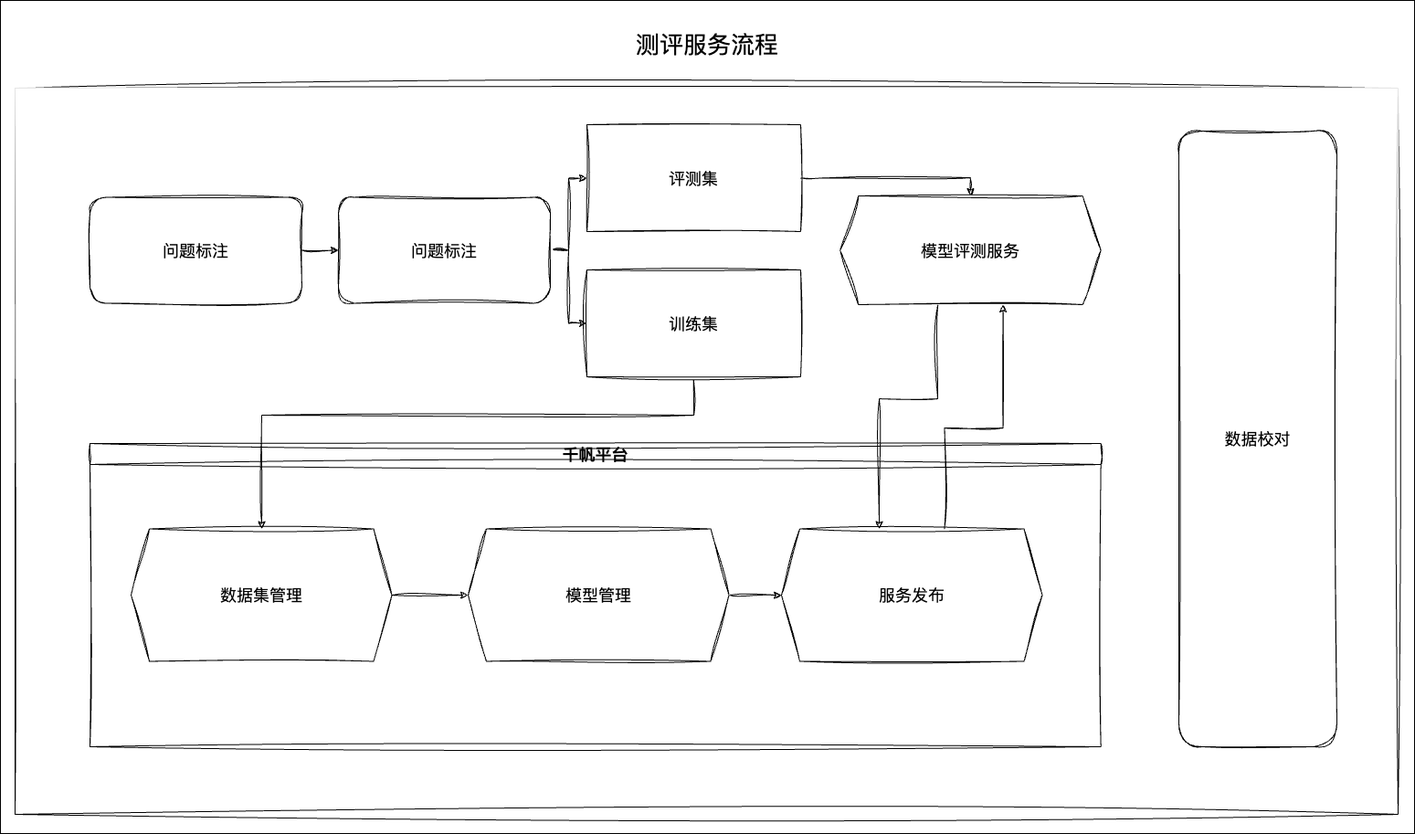
cavaljames/work-diagrams keeps this draw.io diagram as chatbi/评测服务流程.drawio.png. Above is the earlier version. Source tidied: cells renumbered, new cells last; positions are measured from the earlier drawing's top-left corner, leaving out a move shared by most shapes.
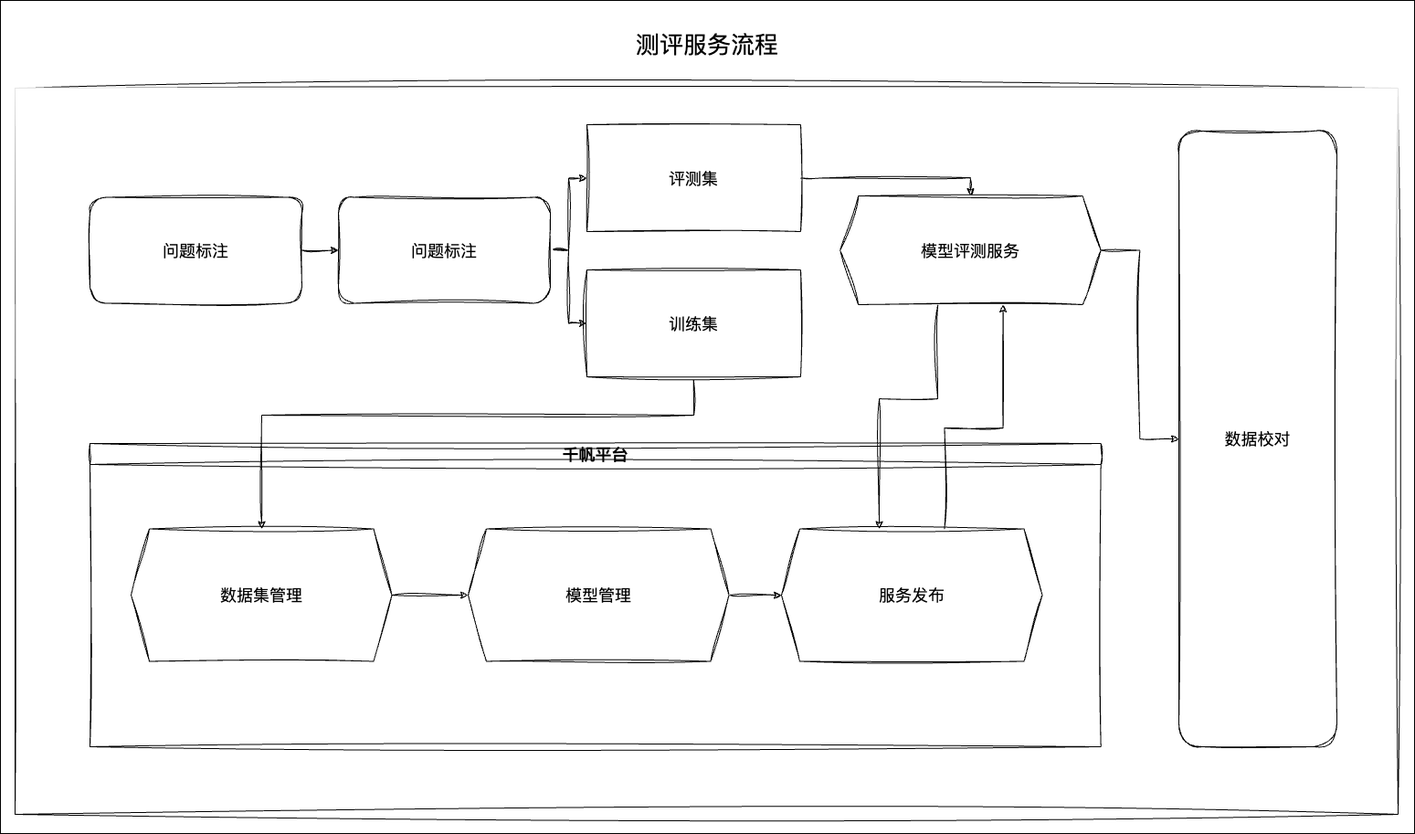
The same file after the commit.

Commit message:
更新评测服务流程.drawio.png

What changed in the source:
```diff
@@ -68,6 +68,9 @@
         </Array>
       </mxGeometry>
     </mxCell>
+    <mxCell id="24" style="edgeStyle=orthogonalEdgeStyle;rounded=0;sketch=1;hachureGap=4;jiggle=2;curveFitting=1;jettySize=auto;html=1;exitX=1;exitY=0.5;exitDx=0;exitDy=0;entryX=0;entryY=0.5;entryDx=0;entryDy=0;fontFamily=Architects Daughter;fontSource=https%3A%2F%2Ffonts.googleapis.com%2Fcss%3Ffamily%3DArchitects%2BDaughter;fontSize=16;" parent="1" edge="1" source="19" target="8">
+      <mxGeometry relative="1" as="geometry" />
+    </mxCell>
     <mxCell id="19" value="&lt;font style=&quot;font-size: 18px;&quot;&gt;模型评测服务&lt;/font&gt;" style="shape=hexagon;perimeter=hexagonPerimeter2;whiteSpace=wrap;html=1;fixedSize=1;labelBackgroundColor=none;sketch=1;curveFitting=1;jiggle=2;" parent="1" vertex="1">
       <mxGeometry x="919.1" y="214" width="285.5" height="119" as="geometry" />
     </mxCell>
```
